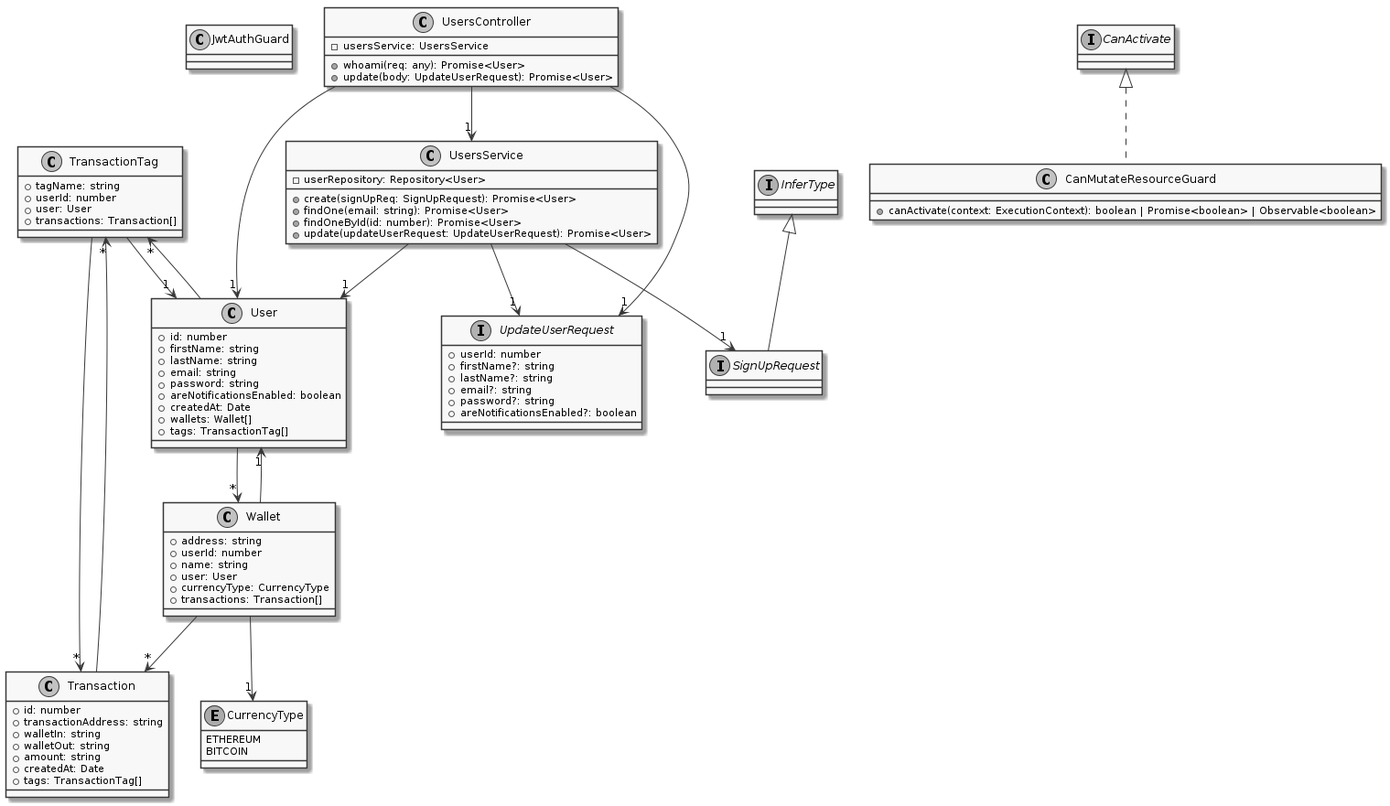
Above: packages/docs/diagrams/generated/class_diagram_api_users.png in SOEN-490-Capstone/Cryptify (PlantUML), before the change.
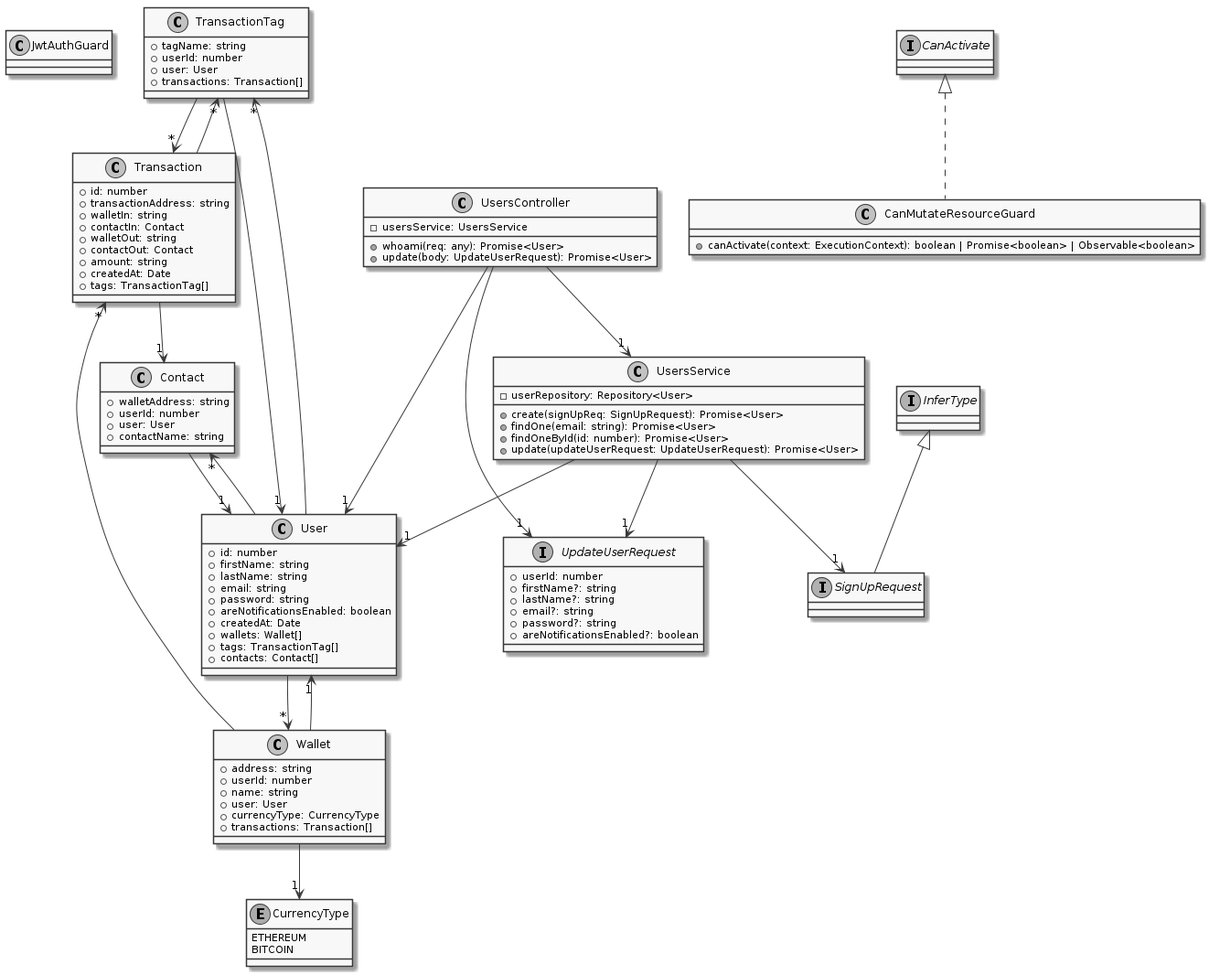
Later version of the same file.

Change to the diagram source:
```diff
@@ -7,11 +7,19 @@
     +user: User
     +transactions: Transaction[]
 }
+class Contact {
+    +walletAddress: string
+    +userId: number
+    +user: User
+    +contactName: string
+}
 class Transaction {
     +id: number
     +transactionAddress: string
     +walletIn: string
+    +contactIn: Contact
     +walletOut: string
+    +contactOut: Contact
     +amount: string
     +createdAt: Date
     +tags: TransactionTag[]
@@ -38,6 +46,7 @@
     +createdAt: Date
     +wallets: Wallet[]
     +tags: TransactionTag[]
+    +contacts: Contact[]
 }
 interface SignUpRequest extends InferType
 interface UpdateUserRequest {
@@ -65,12 +74,15 @@
 }
 TransactionTag --> "1" User
 TransactionTag --> "*" Transaction
+Contact --> "1" User
+Transaction --> "1" Contact
 Transaction --> "*" TransactionTag
 Wallet --> "1" User
 Wallet --> "1" CurrencyType
 Wallet --> "*" Transaction
 User --> "*" Wallet
 User --> "*" TransactionTag
+User --> "*" Contact
 UsersService --> "1" User
 UsersService --> "1" SignUpRequest
 UsersService --> "1" UpdateUserRequest
```
